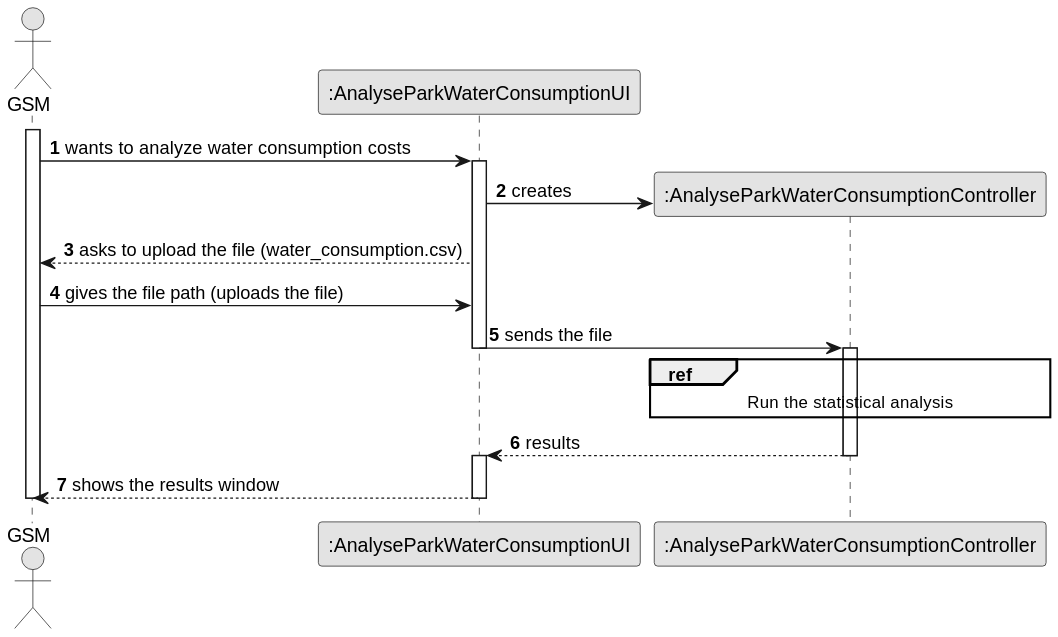
This is docs/sprintB/us009/03.design/svg/us009-sequence-diagram-split.svg from ricardomm7/leaflink, a PlantUML export, as it was before one commit.
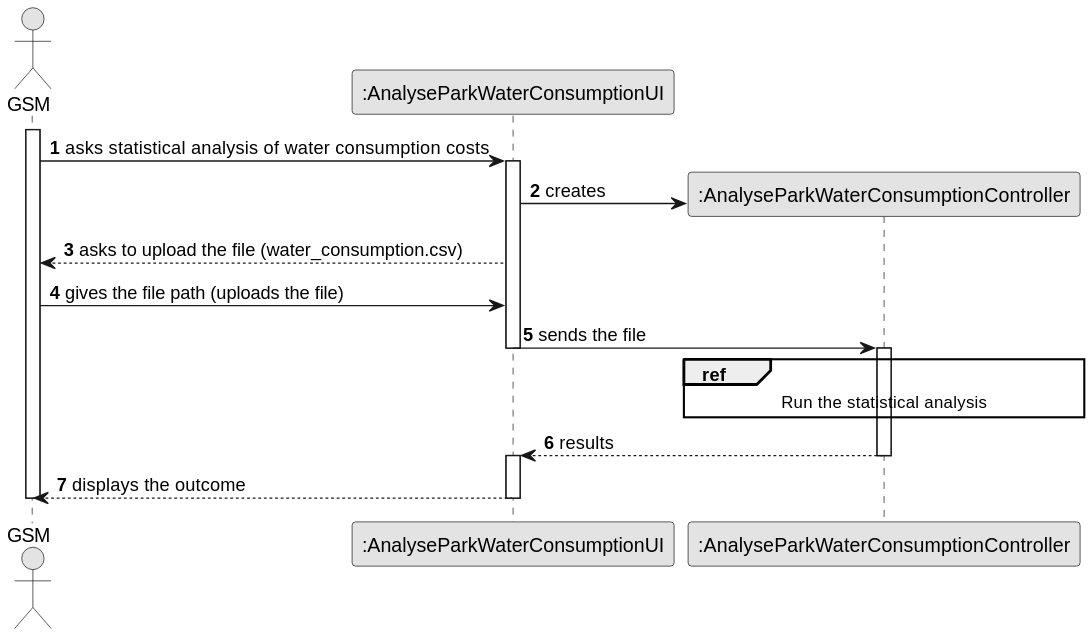
After the commit.

Change to the diagram source:
```diff
@@ -10,7 +10,7 @@
 participant ":AnalyseParkWaterConsumptionController" as CTRL
 
 activate GSM
-GSM -> UI : wants to analyze water consumption costs
+GSM -> UI : asks statistical analysis of water consumption costs
 activate UI
 UI -> CTRL** : creates
 UI --> GSM : asks to upload the file (water_consumption.csv)
@@ -24,7 +24,7 @@
 CTRL --> UI : results
 deactivate CTRL
 activate UI
-UI --> GSM : shows the results window
+UI --> GSM : displays the outcome
 deactivate UI
 deactivate GSM
 @enduml
```
